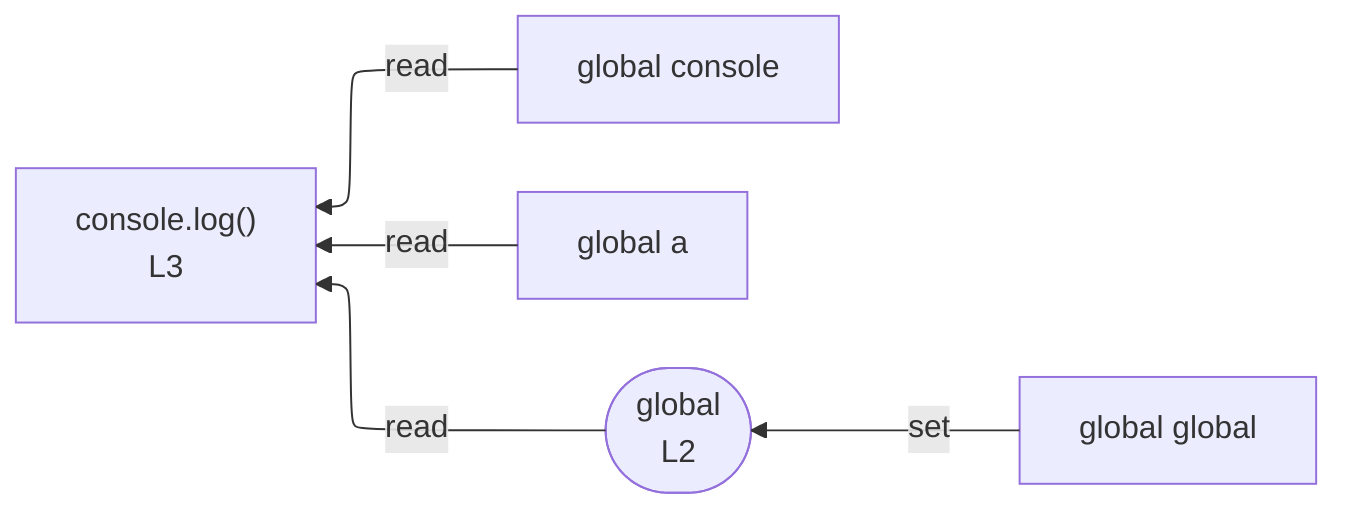
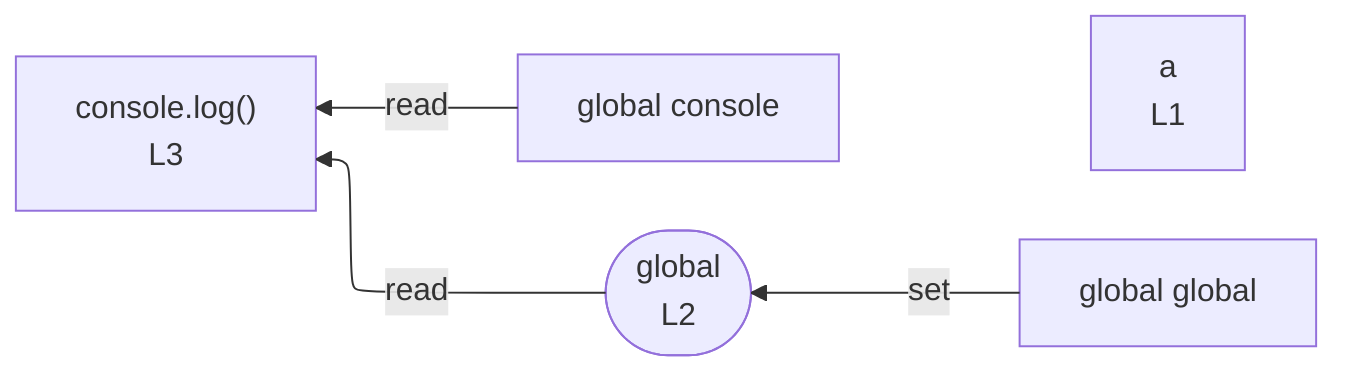
%%{init: {"flowchart": {"defaultRenderer": "elk"}}}%%
flowchart RL
+   n_scope_0_a_4["a<br/>L1"]
  n_scope_0_global_11["global global"]
  n_scope_0_console_23["global console"]
-   n_scope_0_a_35["global a"]
  wr_ref_0(["global<br/>L2"])
  n_scope_0_global_11 -->|set| wr_ref_0
  n_scope_0_console_23 -->|read| expr_stmt_23
-   n_scope_0_a_35 -->|read| expr_stmt_23
  wr_ref_0 -->|read| expr_stmt_23
  expr_stmt_23["console.log()<br/>L3"]
